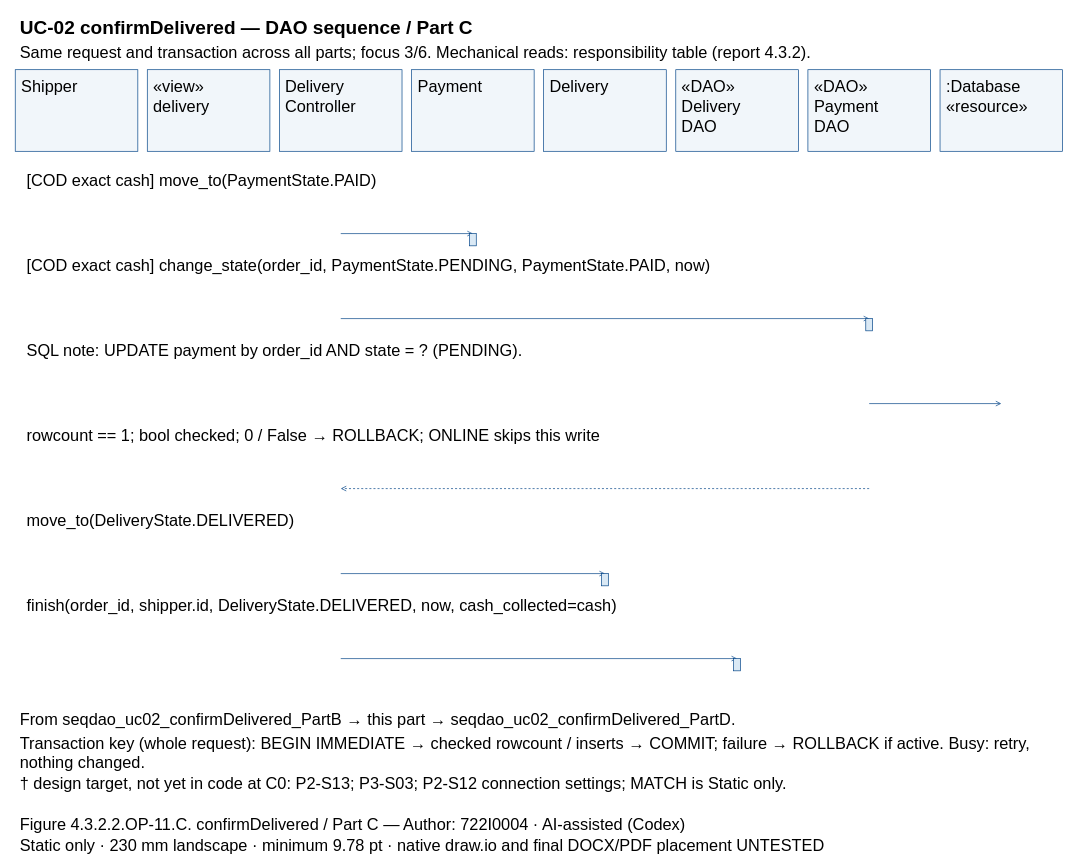
Above: models/UC-02/seqdao_uc02_confirmDelivered_PartC.drawio in Dat071104/SaigonBite (draw.io), before the change. Source tidied: cells renumbered, new cells numbered last; positions are measured from the earlier drawing's top-left corner, leaving out a move shared by most shapes. Both pictures are drawn from the tidied source at 68%, with x=0, y=0 at pixel (15, 12).
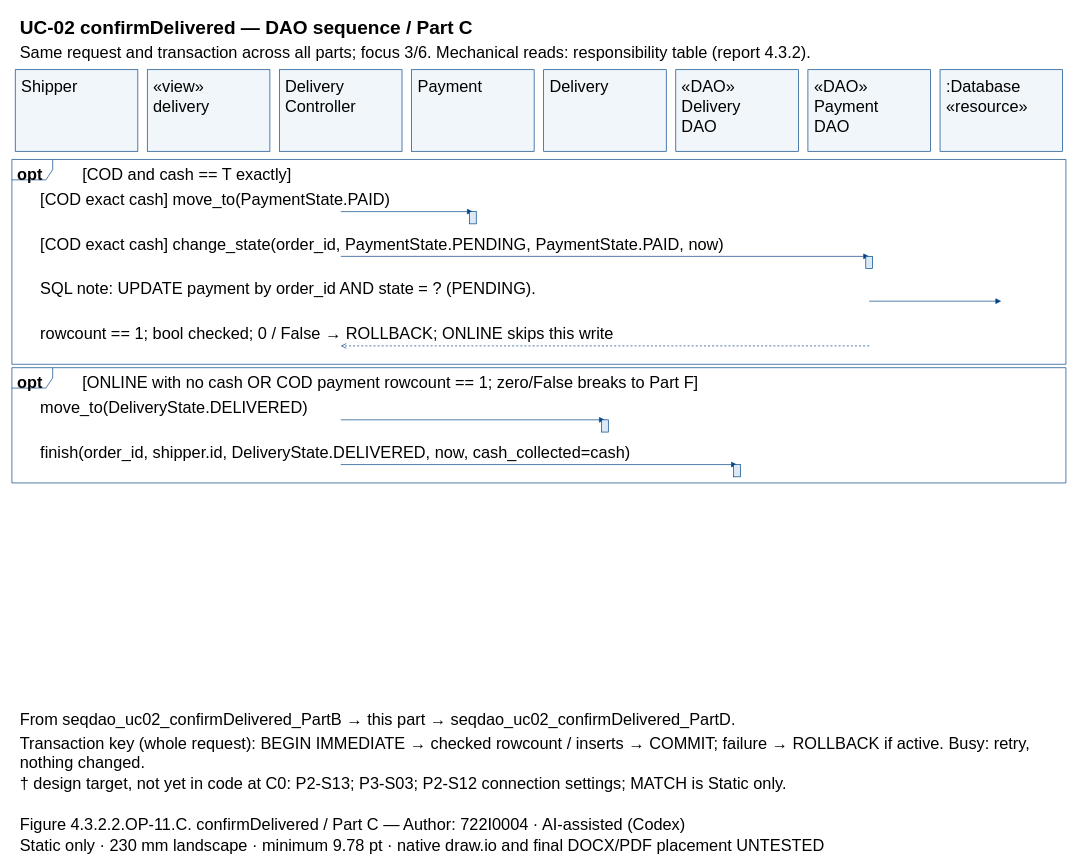
The same page after the edit.

What changed in the source:
```diff
@@
+    <mxCell id="53" style="shape=umlFrame;fillColor=none;strokeColor=#004387;" parent="1" vertex="1">
+      <mxGeometry x="-5" y="217" width="1550" height="301.2" as="geometry" />
+    </mxCell>
+    <mxCell id="54" style="shape=umlFrame;fillColor=none;strokeColor=#004387;" parent="1" vertex="1">
+      <mxGeometry x="-5" y="523.2" width="1550" height="169.5" as="geometry" />
+    </mxCell>
@@
-    <mxCell id="5" value="Shipper" style="text;html=0;whiteSpace=wrap;align=left;verticalAlign=top;strokeColor=none;fillColor=none;fontFamily=Arial;fontSize=24;fontStyle=0;" parent="1" vertex="1">
-      <mxGeometry x="6.9" y="90" width="166.3" height="27.8" as="geometry" />
-    </mxCell>
+    <mxCell id="7" value="Shipper" style="text;html=0;whiteSpace=wrap;align=left;verticalAlign=top;strokeColor=none;fillColor=none;fontFamily=Arial;fontSize=24;fontStyle=0;" parent="1" vertex="1">
+      <mxGeometry x="6.9" y="90" width="166.3" height="27.8" as="geometry" />
+    </mxCell>
@@
-    <mxCell id="7" value="«view»&#10;delivery" style="text;html=0;whiteSpace=wrap;align=left;verticalAlign=top;strokeColor=none;fillColor=none;fontFamily=Arial;fontSize=24;fontStyle=0;" parent="1" vertex="1">
-      <mxGeometry x="201.1" y="90" width="166.3" height="55.7" as="geometry" />
-    </mxCell>
+    <mxCell id="9" value="«view»&#10;delivery" style="text;html=0;whiteSpace=wrap;align=left;verticalAlign=top;strokeColor=none;fillColor=none;fontFamily=Arial;fontSize=24;fontStyle=0;" parent="1" vertex="1">
+      <mxGeometry x="201.1" y="90" width="166.3" height="55.7" as="geometry" />
+    </mxCell>
@@
-    <mxCell id="9" value="Delivery&#10;Controller" style="text;html=0;whiteSpace=wrap;align=left;verticalAlign=top;strokeColor=none;fillColor=none;fontFamily=Arial;fontSize=24;fontStyle=0;" parent="1" vertex="1">
-      <mxGeometry x="395.4" y="90" width="166.3" height="55.7" as="geometry" />
-    </mxCell>
+    <mxCell id="11" value="Delivery&#10;Controller" style="text;html=0;whiteSpace=wrap;align=left;verticalAlign=top;strokeColor=none;fillColor=none;fontFamily=Arial;fontSize=24;fontStyle=0;" parent="1" vertex="1">
+      <mxGeometry x="395.4" y="90" width="166.3" height="55.7" as="geometry" />
+    </mxCell>
@@
-    <mxCell id="11" value="Payment" style="text;html=0;whiteSpace=wrap;align=left;verticalAlign=top;strokeColor=none;fillColor=none;fontFamily=Arial;fontSize=24;fontStyle=0;" parent="1" vertex="1">
-      <mxGeometry x="589.7" y="90" width="166.3" height="27.8" as="geometry" />
-    </mxCell>
+    <mxCell id="13" value="Payment" style="text;html=0;whiteSpace=wrap;align=left;verticalAlign=top;strokeColor=none;fillColor=none;fontFamily=Arial;fontSize=24;fontStyle=0;" parent="1" vertex="1">
+      <mxGeometry x="589.7" y="90" width="166.3" height="27.8" as="geometry" />
+    </mxCell>
@@
-    <mxCell id="13" value="Delivery" style="text;html=0;whiteSpace=wrap;align=left;verticalAlign=top;strokeColor=none;fillColor=none;fontFamily=Arial;fontSize=24;fontStyle=0;" parent="1" vertex="1">
-      <mxGeometry x="784" y="90" width="166.3" height="27.8" as="geometry" />
-    </mxCell>
+    <mxCell id="15" value="Delivery" style="text;html=0;whiteSpace=wrap;align=left;verticalAlign=top;strokeColor=none;fillColor=none;fontFamily=Arial;fontSize=24;fontStyle=0;" parent="1" vertex="1">
+      <mxGeometry x="784" y="90" width="166.3" height="27.8" as="geometry" />
+    </mxCell>
@@
-    <mxCell id="15" value="«DAO»&#10;Delivery&#10;DAO" style="text;html=0;whiteSpace=wrap;align=left;verticalAlign=top;strokeColor=none;fillColor=none;fontFamily=Arial;fontSize=24;fontStyle=0;" parent="1" vertex="1">
-      <mxGeometry x="978.3" y="90" width="166.3" height="83.5" as="geometry" />
-    </mxCell>
+    <mxCell id="17" value="«DAO»&#10;Delivery&#10;DAO" style="text;html=0;whiteSpace=wrap;align=left;verticalAlign=top;strokeColor=none;fillColor=none;fontFamily=Arial;fontSize=24;fontStyle=0;" parent="1" vertex="1">
+      <mxGeometry x="978.3" y="90" width="166.3" height="83.5" as="geometry" />
+    </mxCell>
@@
-    <mxCell id="17" value="«DAO»&#10;Payment&#10;DAO" style="text;html=0;whiteSpace=wrap;align=left;verticalAlign=top;strokeColor=none;fillColor=none;fontFamily=Arial;fontSize=24;fontStyle=0;" parent="1" vertex="1">
-      <mxGeometry x="1172.6" y="90" width="166.3" height="83.5" as="geometry" />
-    </mxCell>
+    <mxCell id="19" value="«DAO»&#10;Payment&#10;DAO" style="text;html=0;whiteSpace=wrap;align=left;verticalAlign=top;strokeColor=none;fillColor=none;fontFamily=Arial;fontSize=24;fontStyle=0;" parent="1" vertex="1">
+      <mxGeometry x="1172.6" y="90" width="166.3" height="83.5" as="geometry" />
+    </mxCell>
@@
-    <mxCell id="19" value=":Database&#10;«resource»" style="text;html=0;whiteSpace=wrap;align=left;verticalAlign=top;strokeColor=none;fillColor=none;fontFamily=Arial;fontSize=24;fontStyle=0;" parent="1" vertex="1">
-      <mxGeometry x="1366.9" y="90" width="166.3" height="55.7" as="geometry" />
-    </mxCell>
-    <mxCell id="20" value="[COD exact cash] move_to(PaymentState.PAID)" style="text;html=0;whiteSpace=wrap;align=left;verticalAlign=top;strokeColor=none;fillColor=none;fontFamily=Arial;fontSize=24;fontStyle=0;" parent="1" vertex="1">
-      <mxGeometry x="15" y="227" width="1510" height="27.8" as="geometry" />
-    </mxCell>
+    <mxCell id="55" value=":Database&#10;«resource»" style="text;html=0;whiteSpace=wrap;align=left;verticalAlign=top;strokeColor=none;fillColor=none;fontFamily=Arial;fontSize=24;fontStyle=0;" parent="1" vertex="1">
+      <mxGeometry x="1366.9" y="90" width="166.3" height="55.7" as="geometry" />
+    </mxCell>
+    <mxCell id="56" value="opt" style="text;html=0;whiteSpace=wrap;align=left;verticalAlign=top;strokeColor=none;fillColor=none;fontFamily=Arial;fontSize=24;fontStyle=1;" parent="1" vertex="1">
+      <mxGeometry x="1" y="218" width="84" height="27.8" as="geometry" />
+    </mxCell>
+    <mxCell id="57" value="[COD and cash == T exactly]" style="text;html=0;whiteSpace=wrap;align=left;verticalAlign=top;strokeColor=none;fillColor=none;fontFamily=Arial;fontSize=24;fontStyle=0;" parent="1" vertex="1">
+      <mxGeometry x="97" y="218" width="1438" height="27.8" as="geometry" />
+    </mxCell>
+    <mxCell id="58" value="opt" style="text;html=0;whiteSpace=wrap;align=left;verticalAlign=top;strokeColor=none;fillColor=none;fontFamily=Arial;fontSize=24;fontStyle=1;" parent="1" vertex="1">
+      <mxGeometry x="1" y="524.2" width="84" height="27.8" as="geometry" />
+    </mxCell>
+    <mxCell id="59" value="[ONLINE with no cash OR COD payment rowcount == 1; zero/False breaks to Part F]" style="text;html=0;whiteSpace=wrap;align=left;verticalAlign=top;strokeColor=none;fillColor=none;fontFamily=Arial;fontSize=24;fontStyle=0;" parent="1" vertex="1">
+      <mxGeometry x="97" y="524.2" width="1438" height="27.8" as="geometry" />
+    </mxCell>
+    <mxCell id="30" value="[COD exact cash] move_to(PaymentState.PAID)" style="text;html=0;whiteSpace=wrap;align=left;verticalAlign=top;strokeColor=none;fillColor=none;fontFamily=Arial;fontSize=24;fontStyle=0;" parent="1" vertex="1">
+      <mxGeometry x="35" y="254.8" width="1470" height="27.8" as="geometry" />
+    </mxCell>
     <mxCell id="21" style="opacity=0;" parent="1" vertex="1">
-      <mxGeometry x="478.6" y="326" as="geometry" />
+      <mxGeometry x="478.6" y="293.7" as="geometry" />
     </mxCell>
     <mxCell id="22" style="opacity=0;" parent="1" vertex="1">
-      <mxGeometry x="672.9" y="326" as="geometry" />
+      <mxGeometry x="672.9" y="293.7" as="geometry" />
     </mxCell>
-    <mxCell id="23" style="edgeStyle=none;endArrow=open;strokeColor=#004387;exitX=0.5;entryX=0.5;exitPerimeter=0;entryPerimeter=0;" parent="1" edge="1" source="21" target="22">
+    <mxCell id="23" style="edgeStyle=none;endArrow=block;endFill=1;strokeColor=#004387;exitX=0.5;entryX=0.5;exitPerimeter=0;entryPerimeter=0;" parent="1" edge="1" source="21" target="22">
       <mxGeometry relative="1" as="geometry" />
     </mxCell>
-    <mxCell id="24" style="fillColor=#DAE9F5;strokeColor=#004387;" parent="1" vertex="1">
-      <mxGeometry x="667.9" y="326" width="10" height="18" as="geometry" />
-    </mxCell>
+    <mxCell id="60" style="fillColor=#DAE9F5;strokeColor=#004387;" parent="1" vertex="1">
+      <mxGeometry x="667.9" y="293.7" width="10" height="18" as="geometry" />
+    </mxCell>
     <mxCell id="25" value="[COD exact cash] change_state(order_id, PaymentState.PENDING, PaymentState.PAID, now)" style="text;html=0;whiteSpace=wrap;align=left;verticalAlign=top;strokeColor=none;fillColor=none;fontFamily=Arial;fontSize=24;fontStyle=0;" parent="1" vertex="1">
-      <mxGeometry x="15" y="352" width="1510" height="27.8" as="geometry" />
+      <mxGeometry x="35" y="320.7" width="1470" height="27.8" as="geometry" />
     </mxCell>
     <mxCell id="26" style="opacity=0;" parent="1" vertex="1">
-      <mxGeometry x="478.6" y="451" as="geometry" />
+      <mxGeometry x="478.6" y="359.5" as="geometry" />
     </mxCell>
     <mxCell id="27" style="opacity=0;" parent="1" vertex="1">
-      <mxGeometry x="1255.7" y="451" as="geometry" />
+      <mxGeometry x="1255.7" y="359.5" as="geometry" />
     </mxCell>
-    <mxCell id="28" style="edgeStyle=none;endArrow=open;strokeColor=#004387;exitX=0.5;entryX=0.5;exitPerimeter=0;entryPerimeter=0;" parent="1" edge="1" source="26" target="27">
+    <mxCell id="28" style="edgeStyle=none;endArrow=block;endFill=1;strokeColor=#004387;exitX=0.5;entryX=0.5;exitPerimeter=0;entryPerimeter=0;" parent="1" edge="1" source="26" target="27">
       <mxGeometry relative="1" as="geometry" />
     </mxCell>
-    <mxCell id="29" style="fillColor=#DAE9F5;strokeColor=#004387;" parent="1" vertex="1">
-      <mxGeometry x="1250.7" y="451" width="10" height="18" as="geometry" />
-    </mxCell>
-    <mxCell id="30" value="SQL note: UPDATE payment by order_id AND state = ? (PENDING)." style="text;html=0;whiteSpace=wrap;align=left;verticalAlign=top;strokeColor=none;fillColor=none;fontFamily=Arial;fontSize=24;fontStyle=0;" parent="1" vertex="1">
-      <mxGeometry x="15" y="477" width="1510" height="27.8" as="geometry" />
-    </mxCell>
+    <mxCell id="61" style="fillColor=#DAE9F5;strokeColor=#004387;" parent="1" vertex="1">
+      <mxGeometry x="1250.7" y="359.5" width="10" height="18" as="geometry" />
+    </mxCell>
+    <mxCell id="62" value="SQL note: UPDATE payment by order_id AND state = ? (PENDING)." style="text;html=0;whiteSpace=wrap;align=left;verticalAlign=top;strokeColor=none;fillColor=none;fontFamily=Arial;fontSize=24;fontStyle=0;" parent="1" vertex="1">
+      <mxGeometry x="35" y="386.5" width="1470" height="27.8" as="geometry" />
+    </mxCell>
     <mxCell id="31" style="opacity=0;" parent="1" vertex="1">
-      <mxGeometry x="1255.7" y="576" as="geometry" />
+      <mxGeometry x="1255.7" y="425.4" as="geometry" />
     </mxCell>
     <mxCell id="32" style="opacity=0;" parent="1" vertex="1">
-      <mxGeometry x="1450" y="576" as="geometry" />
+      <mxGeometry x="1450" y="425.4" as="geometry" />
     </mxCell>
-    <mxCell id="33" style="edgeStyle=none;endArrow=open;strokeColor=#004387;exitX=0.5;entryX=0.5;exitPerimeter=0;entryPerimeter=0;" parent="1" edge="1" source="31" target="32">
+    <mxCell id="33" style="edgeStyle=none;endArrow=block;endFill=1;strokeColor=#004387;exitX=0.5;entryX=0.5;exitPerimeter=0;entryPerimeter=0;" parent="1" edge="1" source="31" target="32">
       <mxGeometry relative="1" as="geometry" />
     </mxCell>
     <mxCell id="34" value="rowcount == 1; bool checked; 0 / False → ROLLBACK; ONLINE skips this write" style="text;html=0;whiteSpace=wrap;align=left;verticalAlign=top;strokeColor=none;fillColor=none;fontFamily=Arial;fontSize=24;fontStyle=0;" parent="1" vertex="1">
-      <mxGeometry x="15" y="602" width="1510" height="27.8" as="geometry" />
+      <mxGeometry x="35" y="452.4" width="1470" height="27.8" as="geometry" />
     </mxCell>
     <mxCell id="35" style="opacity=0;" parent="1" vertex="1">
-      <mxGeometry x="1255.7" y="701" as="geometry" />
+      <mxGeometry x="1255.7" y="491.2" as="geometry" />
     </mxCell>
     <mxCell id="36" style="opacity=0;" parent="1" vertex="1">
-      <mxGeometry x="478.6" y="701" as="geometry" />
+      <mxGeometry x="478.6" y="491.2" as="geometry" />
     </mxCell>
-    <mxCell id="37" style="edgeStyle=none;endArrow=open;strokeColor=#004387;dashed=1;exitX=0.5;entryX=0.5;exitPerimeter=0;entryPerimeter=0;" parent="1" edge="1" source="35" target="36">
+    <mxCell id="37" style="edgeStyle=none;endArrow=open;endFill=0;strokeColor=#004387;dashed=1;exitX=0.5;entryX=0.5;exitPerimeter=0;entryPerimeter=0;" parent="1" edge="1" source="35" target="36">
       <mxGeometry relative="1" as="geometry" />
     </mxCell>
-    <mxCell id="38" value="move_to(DeliveryState.DELIVERED)" style="text;html=0;whiteSpace=wrap;align=left;verticalAlign=top;strokeColor=none;fillColor=none;fontFamily=Arial;fontSize=24;fontStyle=0;" parent="1" vertex="1">
-      <mxGeometry x="15" y="727" width="1510" height="27.8" as="geometry" />
-    </mxCell>
+    <mxCell id="48" value="move_to(DeliveryState.DELIVERED)" style="text;html=0;whiteSpace=wrap;align=left;verticalAlign=top;strokeColor=none;fillColor=none;fontFamily=Arial;fontSize=24;fontStyle=0;" parent="1" vertex="1">
+      <mxGeometry x="35" y="561" width="1470" height="27.8" as="geometry" />
+    </mxCell>
     <mxCell id="39" style="opacity=0;" parent="1" vertex="1">
-      <mxGeometry x="478.6" y="826" as="geometry" />
+      <mxGeometry x="478.6" y="599.9" as="geometry" />
     </mxCell>
     <mxCell id="40" style="opacity=0;" parent="1" vertex="1">
-      <mxGeometry x="867.1" y="826" as="geometry" />
+      <mxGeometry x="867.1" y="599.9" as="geometry" />
     </mxCell>
-    <mxCell id="41" style="edgeStyle=none;endArrow=open;strokeColor=#004387;exitX=0.5;entryX=0.5;exitPerimeter=0;entryPerimeter=0;" parent="1" edge="1" source="39" target="40">
+    <mxCell id="41" style="edgeStyle=none;endArrow=block;endFill=1;strokeColor=#004387;exitX=0.5;entryX=0.5;exitPerimeter=0;entryPerimeter=0;" parent="1" edge="1" source="39" target="40">
       <mxGeometry relative="1" as="geometry" />
     </mxCell>
-    <mxCell id="42" style="fillColor=#DAE9F5;strokeColor=#004387;" parent="1" vertex="1">
-      <mxGeometry x="862.1" y="826" width="10" height="18" as="geometry" />
-    </mxCell>
-    <mxCell id="43" value="finish(order_id, shipper.id, DeliveryState.DELIVERED, now, cash_collected=cash)" style="text;html=0;whiteSpace=wrap;align=left;verticalAlign=top;strokeColor=none;fillColor=none;fontFamily=Arial;fontSize=24;fontStyle=0;" parent="1" vertex="1">
-      <mxGeometry x="15" y="852" width="1510" height="27.8" as="geometry" />
-    </mxCell>
+    <mxCell id="63" style="fillColor=#DAE9F5;strokeColor=#004387;" parent="1" vertex="1">
+      <mxGeometry x="862.1" y="599.9" width="10" height="18" as="geometry" />
+    </mxCell>
+    <mxCell id="51" value="finish(order_id, shipper.id, DeliveryState.DELIVERED, now, cash_collected=cash)" style="text;html=0;whiteSpace=wrap;align=left;verticalAlign=top;strokeColor=none;fillColor=none;fontFamily=Arial;fontSize=24;fontStyle=0;" parent="1" vertex="1">
+      <mxGeometry x="35" y="626.9" width="1470" height="27.8" as="geometry" />
+    </mxCell>
     <mxCell id="44" style="opacity=0;" parent="1" vertex="1">
-      <mxGeometry x="478.6" y="951" as="geometry" />
+      <mxGeometry x="478.6" y="665.7" as="geometry" />
     </mxCell>
     <mxCell id="45" style="opacity=0;" parent="1" vertex="1">
-      <mxGeometry x="1061.4" y="951" as="geometry" />
+      <mxGeometry x="1061.4" y="665.7" as="geometry" />
     </mxCell>
-    <mxCell id="46" style="edgeStyle=none;endArrow=open;strokeColor=#004387;exitX=0.5;entryX=0.5;exitPerimeter=0;entryPerimeter=0;" parent="1" edge="1" source="44" target="45">
+    <mxCell id="46" style="edgeStyle=none;endArrow=block;endFill=1;strokeColor=#004387;exitX=0.5;entryX=0.5;exitPerimeter=0;entryPerimeter=0;" parent="1" edge="1" source="44" target="45">
       <mxGeometry relative="1" as="geometry" />
     </mxCell>
-    <mxCell id="47" style="fillColor=#DAE9F5;strokeColor=#004387;" parent="1" vertex="1">
-      <mxGeometry x="1056.4" y="951" width="10" height="18" as="geometry" />
-    </mxCell>
-    <mxCell id="48" value="From seqdao_uc02_confirmDelivered_PartB → this part → seqdao_uc02_confirmDelivered_PartD." style="text;html=0;whiteSpace=wrap;align=left;verticalAlign=top;strokeColor=none;fillColor=none;fontFamily=Arial;fontSize=24;fontStyle=0;" parent="1" vertex="1">
-      <mxGeometry x="5" y="1020" width="1530" height="27.8" as="geometry" />
-    </mxCell>
+    <mxCell id="64" style="fillColor=#DAE9F5;strokeColor=#004387;" parent="1" vertex="1">
+      <mxGeometry x="1056.4" y="665.7" width="10" height="18" as="geometry" />
+    </mxCell>
+    <mxCell id="65" value="From seqdao_uc02_confirmDelivered_PartB → this part → seqdao_uc02_confirmDelivered_PartD." style="text;html=0;whiteSpace=wrap;align=left;verticalAlign=top;strokeColor=none;fillColor=none;fontFamily=Arial;fontSize=24;fontStyle=0;" parent="1" vertex="1">
+      <mxGeometry x="5" y="1020" width="1530" height="27.8" as="geometry" />
+    </mxCell>
@@
-    <mxCell id="51" value="Figure 4.3.2.2.OP-11.C. confirmDelivered / Part C — Author: 722I0004 · AI-assisted (Codex)" style="text;html=0;whiteSpace=wrap;align=left;verticalAlign=top;strokeColor=none;fillColor=none;fontFamily=Arial;fontSize=24;fontStyle=0;" parent="1" vertex="1">
-      <mxGeometry x="5" y="1175" width="1530" height="27.8" as="geometry" />
-    </mxCell>
+    <mxCell id="66" value="Figure 4.3.2.2.OP-11.C. confirmDelivered / Part C — Author: 722I0004 · AI-assisted (Codex)" style="text;html=0;whiteSpace=wrap;align=left;verticalAlign=top;strokeColor=none;fillColor=none;fontFamily=Arial;fontSize=24;fontStyle=0;" parent="1" vertex="1">
+      <mxGeometry x="5" y="1175" width="1530" height="27.8" as="geometry" />
+    </mxCell>
```
